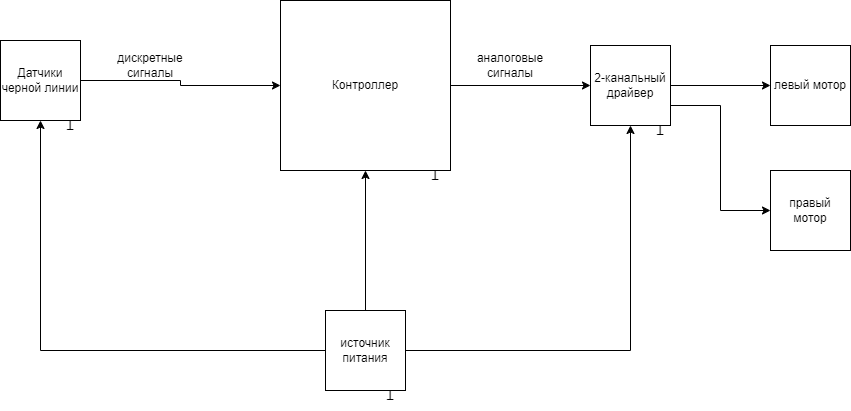
Above: AcariTech struct.drawio.png in ksinph/PSTU_LABS_2023 (draw.io), before the change. Source tidied: cells renumbered, new cells last; positions are measured from the earlier drawing's top-left corner, leaving out a move shared by most shapes.
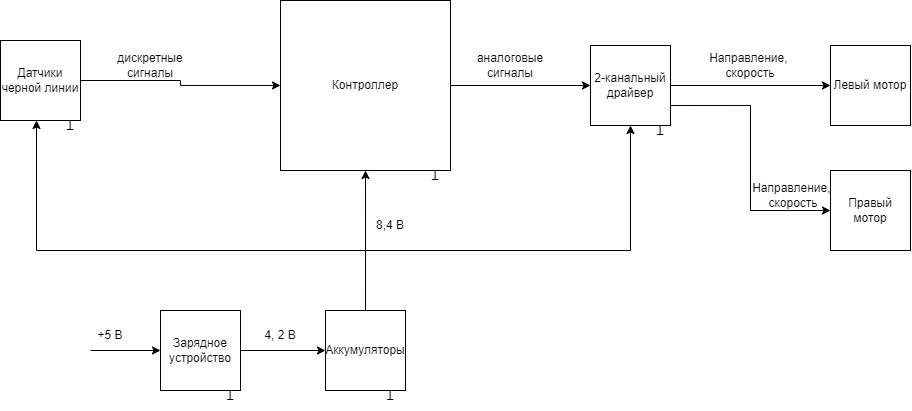
After the commit.

What changed in the source:
```diff
@@ -9,15 +9,14 @@
       <mxGeometry x="280" width="170" height="170" as="geometry" />
     </mxCell>
     <mxCell id="4" style="edgeStyle=orthogonalEdgeStyle;rounded=0;jettySize=auto;html=1;exitX=0.5;exitY=0;exitDx=0;exitDy=0;entryX=0.5;entryY=1;entryDx=0;entryDy=0;" parent="1" edge="1" source="7" target="3">
-      <mxGeometry relative="1" as="geometry" />
+      <mxGeometry relative="1" as="geometry">
+        <Array as="points">
+          <mxPoint x="365" y="260" />
+          <mxPoint x="365" y="260" />
+        </Array>
+      </mxGeometry>
     </mxCell>
-    <mxCell id="5" style="edgeStyle=orthogonalEdgeStyle;rounded=0;jettySize=auto;html=1;exitX=0;exitY=0.5;exitDx=0;exitDy=0;entryX=0.5;entryY=1;entryDx=0;entryDy=0;" parent="1" edge="1" source="7" target="9">
-      <mxGeometry relative="1" as="geometry" />
-    </mxCell>
-    <mxCell id="6" style="edgeStyle=orthogonalEdgeStyle;rounded=0;jettySize=auto;html=1;exitX=1;exitY=0.5;exitDx=0;exitDy=0;entryX=0.5;entryY=1;entryDx=0;entryDy=0;" parent="1" edge="1" source="7" target="15">
-      <mxGeometry relative="1" as="geometry" />
-    </mxCell>
-    <mxCell id="7" value="источник питания" style="whiteSpace=wrap;html=1;" parent="1" vertex="1">
+    <mxCell id="7" value="Аккумуляторы" style="whiteSpace=wrap;html=1;" parent="1" vertex="1">
       <mxGeometry x="325" y="310" width="80" height="80" as="geometry" />
     </mxCell>
     <mxCell id="8" style="edgeStyle=orthogonalEdgeStyle;rounded=0;jettySize=auto;html=1;exitX=1;exitY=0.5;exitDx=0;exitDy=0;" parent="1" edge="1" source="9" target="3">
@@ -53,11 +52,58 @@
     <mxCell id="18" value="дискретные сигналы" style="text;html=1;align=center;verticalAlign=middle;whiteSpace=wrap;rounded=0;" parent="1" vertex="1">
       <mxGeometry x="120" y="50" width="60" height="30" as="geometry" />
     </mxCell>
-    <mxCell id="19" value="левый мотор" style="whiteSpace=wrap;html=1;" parent="1" vertex="1">
-      <mxGeometry x="770" y="45" width="80" height="80" as="geometry" />
+    <mxCell id="19" value="Левый мотор" style="whiteSpace=wrap;html=1;" parent="1" vertex="1">
+      <mxGeometry x="830" y="45" width="80" height="80" as="geometry" />
     </mxCell>
-    <mxCell id="20" value="правый мотор" style="whiteSpace=wrap;html=1;" parent="1" vertex="1">
-      <mxGeometry x="770" y="170" width="80" height="80" as="geometry" />
+    <mxCell id="20" value="Правый мотор" style="whiteSpace=wrap;html=1;" parent="1" vertex="1">
+      <mxGeometry x="830" y="170" width="80" height="80" as="geometry" />
     </mxCell>
+    <mxCell id="21" value="Направление,&amp;nbsp;&lt;div&gt;скорость&lt;/div&gt;" style="text;html=1;align=center;verticalAlign=middle;whiteSpace=wrap;rounded=0;" parent="1" vertex="1">
+      <mxGeometry x="720" y="50" width="60" height="30" as="geometry" />
+    </mxCell>
+    <mxCell id="22" value="Направление,&amp;nbsp;&lt;div&gt;скорость&lt;/div&gt;" style="text;html=1;align=center;verticalAlign=middle;whiteSpace=wrap;rounded=0;" parent="1" vertex="1">
+      <mxGeometry x="763" y="180" width="60" height="30" as="geometry" />
+    </mxCell>
+    <mxCell id="23" value="8,4 В" style="text;html=1;align=center;verticalAlign=middle;whiteSpace=wrap;rounded=0;" parent="1" vertex="1">
+      <mxGeometry x="360" y="210" width="60" height="30" as="geometry" />
+    </mxCell>
+    <mxCell id="24" style="edgeStyle=orthogonalEdgeStyle;rounded=0;jettySize=auto;html=1;exitX=1;exitY=0.5;exitDx=0;exitDy=0;" parent="1" edge="1" source="25" target="7">
+      <mxGeometry relative="1" as="geometry" />
+    </mxCell>
+    <mxCell id="25" value="Зарядное устройство" style="whiteSpace=wrap;html=1;" parent="1" vertex="1">
+      <mxGeometry x="160" y="310" width="80" height="80" as="geometry" />
+    </mxCell>
+    <mxCell id="26" style="endArrow=classic;html=1;rounded=0;entryX=0;entryY=0.5;entryDx=0;entryDy=0;" parent="1" edge="1" target="25">
+      <mxGeometry relative="1" as="geometry">
+        <mxPoint x="90" y="350" as="sourcePoint" />
+      </mxGeometry>
+    </mxCell>
+    <mxCell id="27" value="+5 В" style="text;html=1;align=center;verticalAlign=middle;whiteSpace=wrap;rounded=0;" parent="1" vertex="1">
+      <mxGeometry x="80" y="320" width="60" height="30" as="geometry" />
+    </mxCell>
+    <mxCell id="28" value="4, 2 В" style="text;html=1;align=center;verticalAlign=middle;whiteSpace=wrap;rounded=0;" parent="1" vertex="1">
+      <mxGeometry x="250" y="320" width="60" height="30" as="geometry" />
+    </mxCell>
+    <mxCell id="29" value="T" style="text;html=1;align=center;verticalAlign=middle;whiteSpace=wrap;rounded=0;rotation=-180;" parent="1" vertex="1">
+      <mxGeometry x="200" y="380" width="60" height="30" as="geometry" />
+    </mxCell>
+    <mxCell id="30" style="endArrow=classic;html=1;rounded=0;" parent="1" edge="1">
+      <mxGeometry relative="1" as="geometry">
+        <mxPoint x="366" y="250" as="sourcePoint" />
+        <mxPoint x="36" y="120" as="targetPoint" />
+        <Array as="points">
+          <mxPoint x="36" y="250" />
+        </Array>
+      </mxGeometry>
+    </mxCell>
+    <mxCell id="31" style="endArrow=classic;html=1;rounded=0;" parent="1" edge="1">
+      <mxGeometry relative="1" as="geometry">
+        <mxPoint x="360" y="250" as="sourcePoint" />
+        <mxPoint x="630" y="125" as="targetPoint" />
+        <Array as="points">
+          <mxPoint x="630" y="250" />
+        </Array>
+      </mxGeometry>
+    </mxCell>
   </root>
 </mxGraphModel>
```
